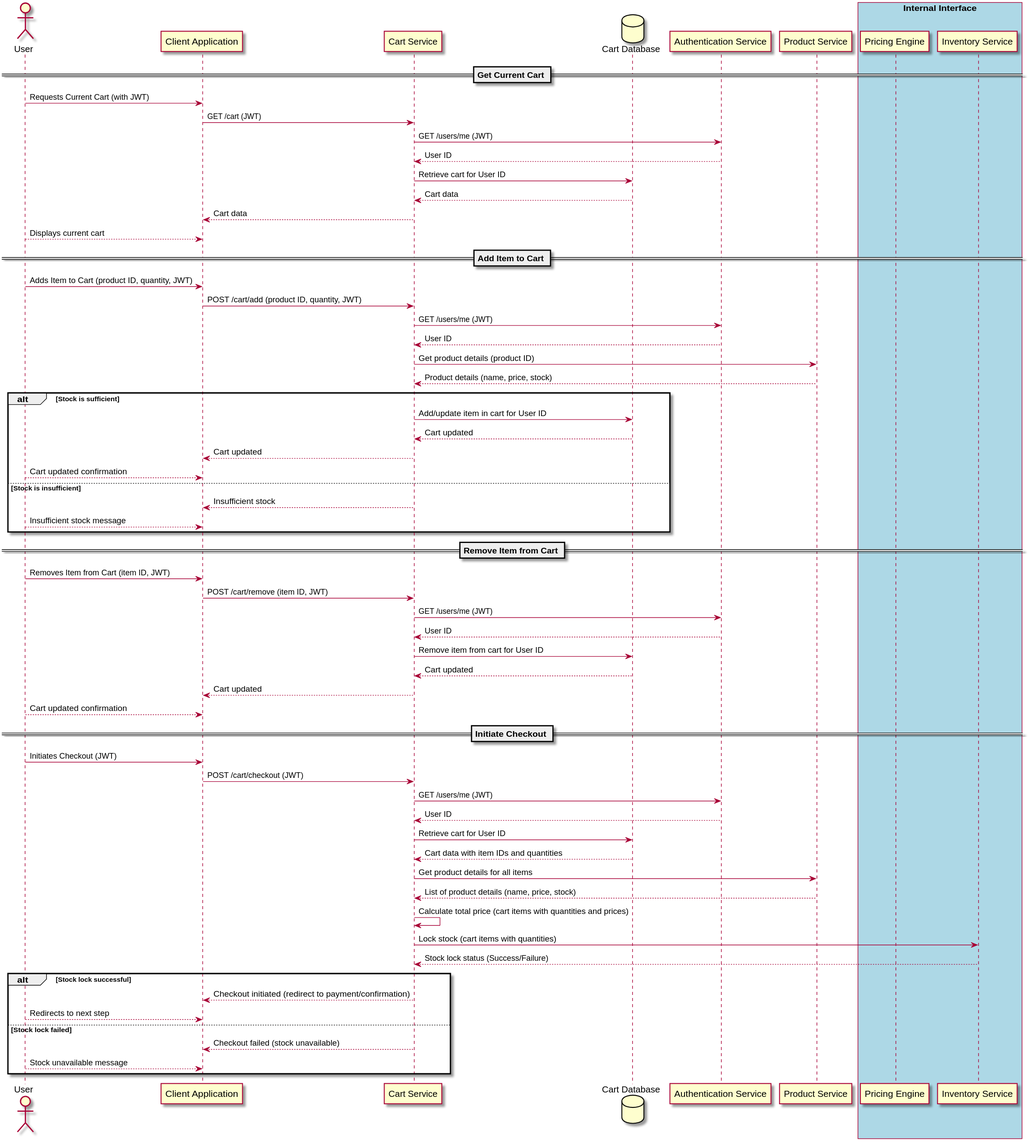
Before: docs/images/cart-flow.svg, a diagram exported from PlantUML (sirius1b/e-commerce). Source of this version:
```plantuml
@startuml cart-flow
actor User
participant "Client Application" as Client
participant "Cart Service" as CartSvc
database "Cart Database" as CartDB
participant "Authentication Service" as AuthService
participant "Product Service" as ProductSvc

box "Internal Interface" #LightBlue
    participant "Pricing Engine" as Pricing
    participant "Inventory Service" as Inventory
end box

== Get Current Cart ==
User -> Client: Requests Current Cart (with JWT)
Client -> CartSvc: GET /cart (JWT)
CartSvc -> AuthService: GET /users/me (JWT)
AuthService --> CartSvc: User ID
CartSvc -> CartDB: Retrieve cart for User ID
CartDB --> CartSvc: Cart data
CartSvc --> Client: Cart data
Client <-- User: Displays current cart

== Add Item to Cart ==
User -> Client: Adds Item to Cart (product ID, quantity, JWT)
Client -> CartSvc: POST /cart/add (product ID, quantity, JWT)
CartSvc -> AuthService: GET /users/me (JWT)
AuthService --> CartSvc: User ID
CartSvc -> ProductSvc: Get product details (product ID)
ProductSvc --> CartSvc: Product details (name, price, stock)
alt Stock is sufficient
    CartSvc -> CartDB: Add/update item in cart for User ID
    CartDB --> CartSvc: Cart updated
    CartSvc --> Client: Cart updated
    Client <-- User: Cart updated confirmation
else Stock is insufficient
    CartSvc --> Client: Insufficient stock
    Client <-- User: Insufficient stock message
end

== Remove Item from Cart ==
User -> Client: Removes Item from Cart (item ID, JWT)
Client -> CartSvc: POST /cart/remove (item ID, JWT)
CartSvc -> AuthService: GET /users/me (JWT)
AuthService --> CartSvc: User ID
CartSvc -> CartDB: Remove item from cart for User ID
CartDB --> CartSvc: Cart updated
CartSvc --> Client: Cart updated
Client <-- User: Cart updated confirmation

== Initiate Checkout ==
User -> Client: Initiates Checkout (JWT)
Client -> CartSvc: POST /cart/checkout (JWT)
CartSvc -> AuthService: GET /users/me (JWT)
AuthService --> CartSvc: User ID
CartSvc -> CartDB: Retrieve cart for User ID
CartDB --> CartSvc: Cart data with item IDs and quantities
CartSvc -> ProductSvc: Get product details for all items
ProductSvc --> CartSvc: List of product details (name, price, stock)
CartSvc -> CartSvc: Calculate total price (cart items with quantities and prices)
CartSvc -> Inventory: Lock stock (cart items with quantities)
Inventory --> CartSvc: Stock lock status (Success/Failure)
alt Stock lock successful
    CartSvc --> Client: Checkout initiated (redirect to payment/confirmation)
    Client <-- User: Redirects to next step
else Stock lock failed
    CartSvc --> Client: Checkout failed (stock unavailable)
    Client <-- User: Stock unavailable message
end

@enduml
```
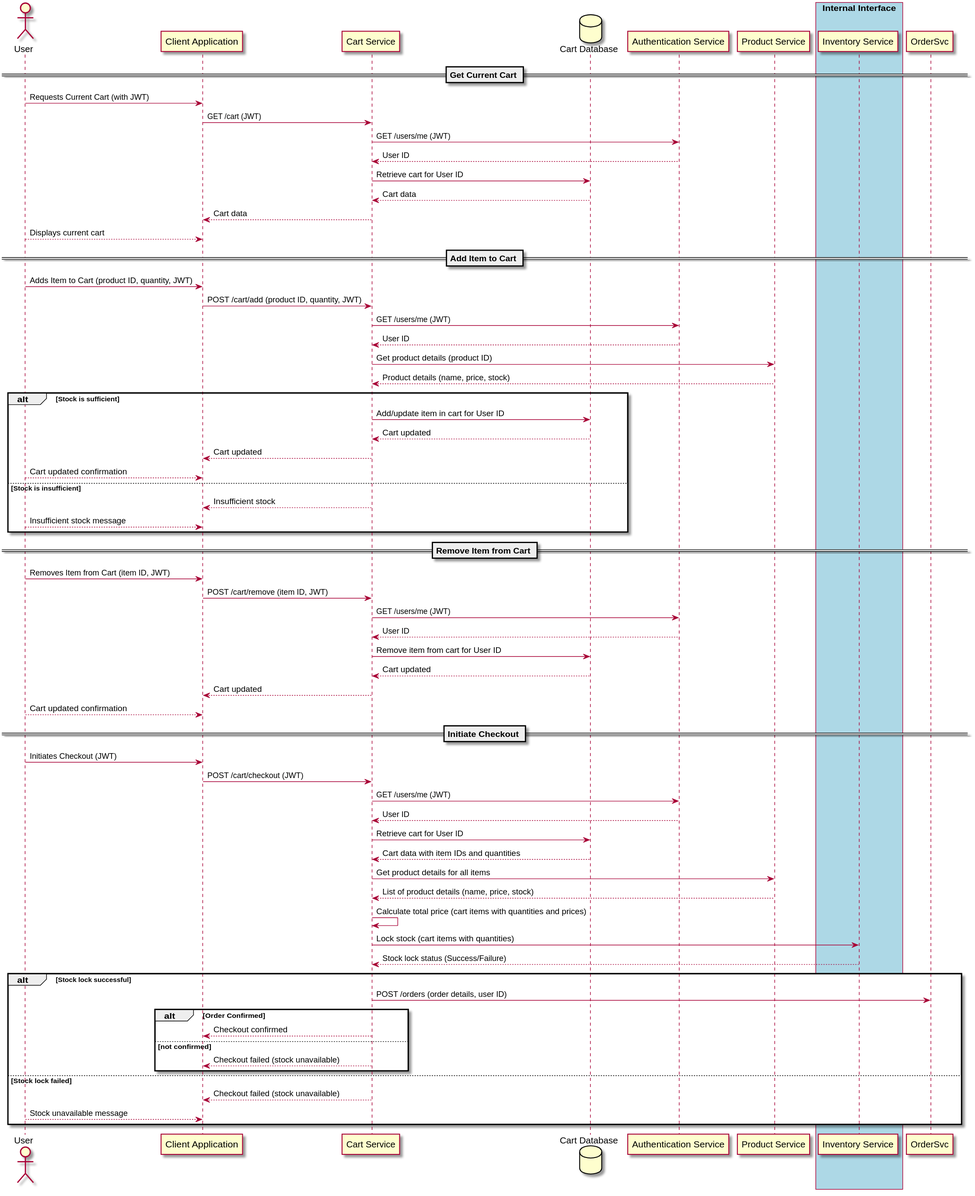
Later version of the same file.

The edit, as a diff of the source:
```diff
@@ -1,4 +1,4 @@
-@startuml cart-flow
+@startuml
 actor User
 participant "Client Application" as Client
 participant "Cart Service" as CartSvc
@@ -7,7 +7,6 @@
 participant "Product Service" as ProductSvc
 
 box "Internal Interface" #LightBlue
-    participant "Pricing Engine" as Pricing
     participant "Inventory Service" as Inventory
 end box
 
@@ -61,8 +60,17 @@
 CartSvc -> Inventory: Lock stock (cart items with quantities)
 Inventory --> CartSvc: Stock lock status (Success/Failure)
 alt Stock lock successful
-    CartSvc --> Client: Checkout initiated (redirect to payment/confirmation)
-    Client <-- User: Redirects to next step
+    CartSvc -> OrderSvc: POST /orders (order details, user ID)
+    alt Order Confirmed
+
+
+    CartSvc --> Client: Checkout confirmed
+    else not confirmed
+    CartSvc --> Client: Checkout failed (stock unavailable)
+
+
+end
+
 else Stock lock failed
     CartSvc --> Client: Checkout failed (stock unavailable)
     Client <-- User: Stock unavailable message
```
